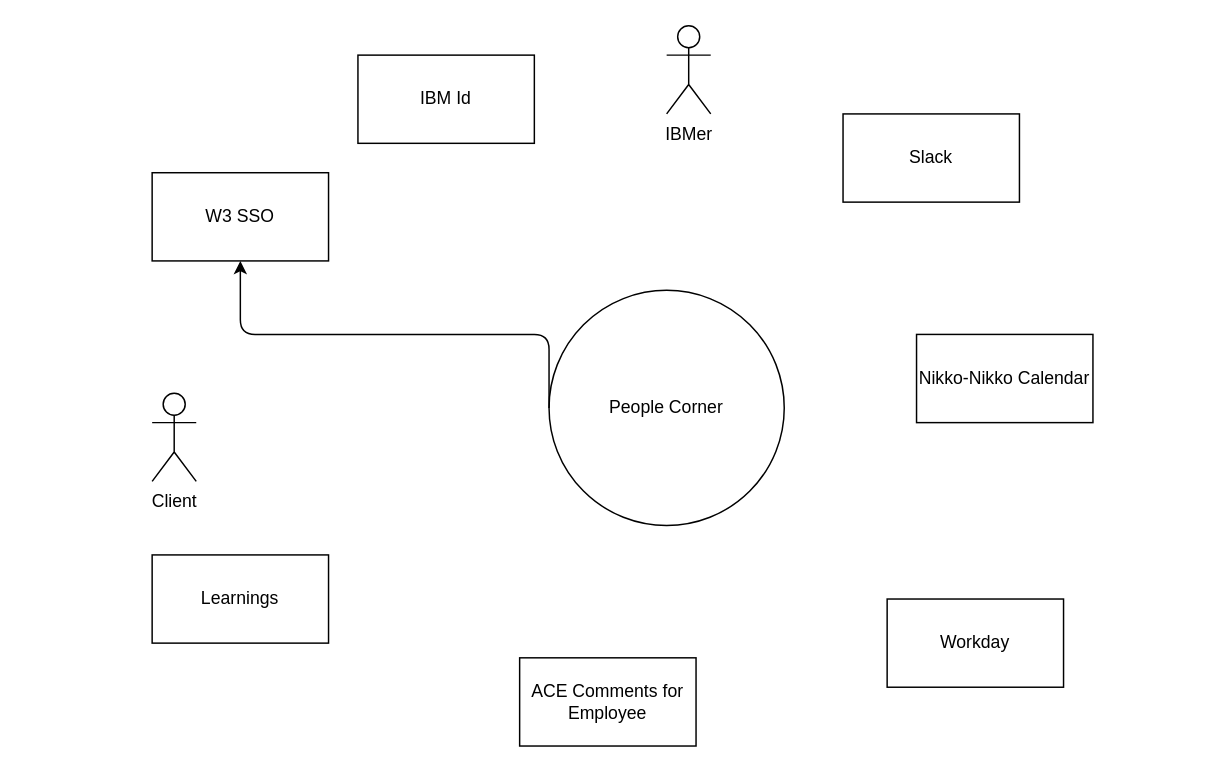
Above: System_Context.drawio in bhagyaravi/knative-ocp-3.11 (draw.io), before the change. Source tidied: cells renumbered, new cells numbered last; positions are measured from the earlier drawing's top-left corner, leaving out a move shared by most shapes. Both pictures are drawn from the tidied source at 147%, with x=0, y=0 at pixel (151, 25).
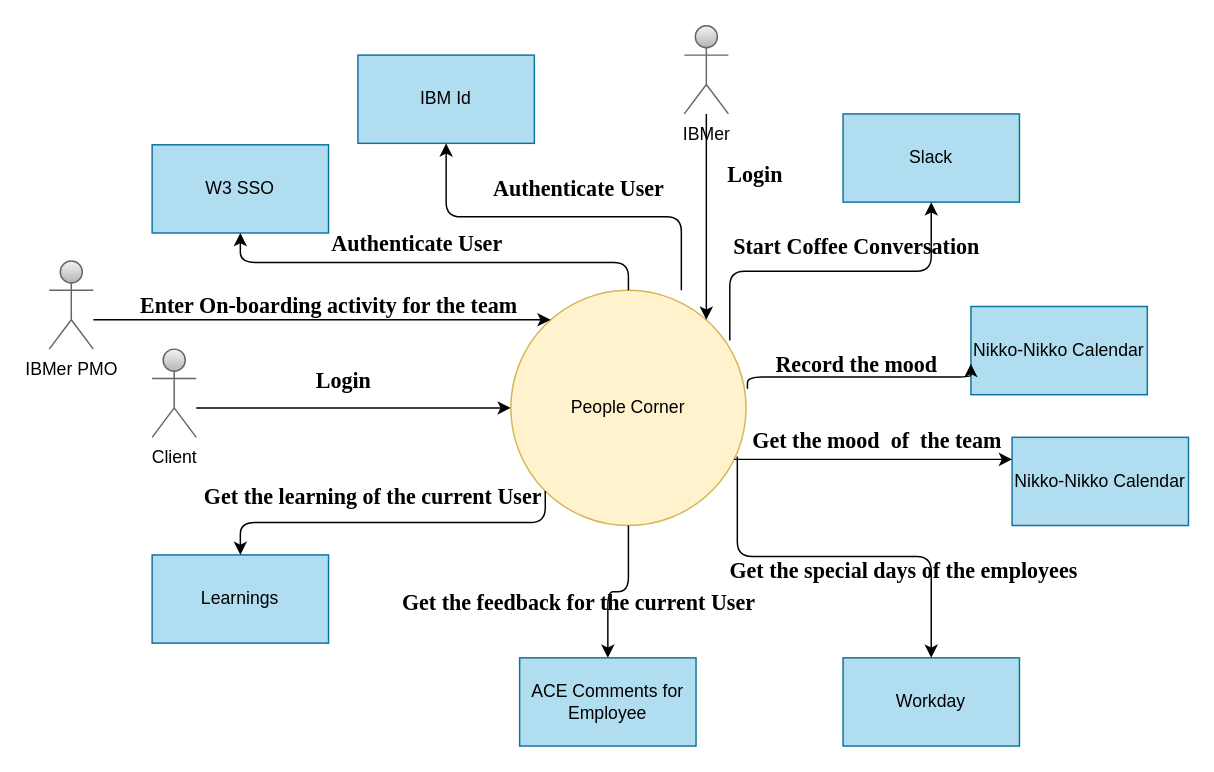
The same diagram, later.

The edit, as a diff of the source:
```diff
@@
-    <mxCell id="2" value="People Corner" style="ellipse;whiteSpace=wrap;html=1;" parent="1" vertex="1">
-      <mxGeometry x="270" y="180" width="160" height="160" as="geometry" />
+    <mxCell id="2" value="People Corner" style="ellipse;whiteSpace=wrap;html=1;fillColor=#fff2cc;strokeColor=#d6b656;" parent="1" vertex="1">
+      <mxGeometry x="244" y="180" width="160" height="160" as="geometry" />
     </mxCell>
-    <mxCell id="3" value="W3 SSO" style="rounded=0;whiteSpace=wrap;html=1;" parent="1" vertex="1">
-      <mxGeometry y="100" width="120" height="60" as="geometry" />
+    <mxCell id="3" value="W3 SSO" style="rounded=0;whiteSpace=wrap;html=1;fillColor=#b1ddf0;strokeColor=#10739e;" parent="1" vertex="1">
+      <mxGeometry y="81" width="120" height="60" as="geometry" />
     </mxCell>
-    <mxCell id="4" value="Learnings" style="rounded=0;whiteSpace=wrap;html=1;" parent="1" vertex="1">
+    <mxCell id="4" value="Learnings" style="rounded=0;whiteSpace=wrap;html=1;fillColor=#b1ddf0;strokeColor=#10739e;" parent="1" vertex="1">
       <mxGeometry y="360" width="120" height="60" as="geometry" />
     </mxCell>
-    <mxCell id="5" style="edgeStyle=elbowEdgeStyle;elbow=vertical;endArrow=classic;html=1;exitX=0;exitY=0.5;exitDx=0;exitDy=0;" parent="1" edge="1" source="2" target="3">
+    <mxCell id="5" style="edgeStyle=elbowEdgeStyle;elbow=vertical;endArrow=classic;html=1;" parent="1" edge="1" source="2" target="3">
       <mxGeometry relative="1" as="geometry" />
     </mxCell>
-    <mxCell id="6" value="ACE Comments for Employee" style="rounded=0;whiteSpace=wrap;html=1;" parent="1" vertex="1">
+    <mxCell id="6" value="ACE Comments for Employee" style="rounded=0;whiteSpace=wrap;html=1;fillColor=#b1ddf0;strokeColor=#10739e;" parent="1" vertex="1">
       <mxGeometry x="250" y="430" width="120" height="60" as="geometry" />
     </mxCell>
-    <mxCell id="7" value="Workday" style="rounded=0;whiteSpace=wrap;html=1;" parent="1" vertex="1">
-      <mxGeometry x="500" y="390" width="120" height="60" as="geometry" />
+    <mxCell id="7" value="Workday" style="rounded=0;whiteSpace=wrap;html=1;fillColor=#b1ddf0;strokeColor=#10739e;" parent="1" vertex="1">
+      <mxGeometry x="470" y="430" width="120" height="60" as="geometry" />
     </mxCell>
-    <mxCell id="8" value="Nikko-Nikko Calendar" style="rounded=0;whiteSpace=wrap;html=1;" parent="1" vertex="1">
-      <mxGeometry x="520" y="210" width="120" height="60" as="geometry" />
+    <mxCell id="8" value="Nikko-Nikko Calendar" style="rounded=0;whiteSpace=wrap;html=1;fillColor=#b1ddf0;strokeColor=#10739e;" parent="1" vertex="1">
+      <mxGeometry x="557" y="191" width="120" height="60" as="geometry" />
     </mxCell>
-    <mxCell id="9" value="Slack" style="rounded=0;whiteSpace=wrap;html=1;" parent="1" vertex="1">
+    <mxCell id="9" value="Slack" style="rounded=0;whiteSpace=wrap;html=1;fillColor=#b1ddf0;strokeColor=#10739e;" parent="1" vertex="1">
       <mxGeometry x="470" y="60" width="120" height="60" as="geometry" />
     </mxCell>
-    <mxCell id="10" value="IBM Id" style="rounded=0;whiteSpace=wrap;html=1;" parent="1" vertex="1">
+    <mxCell id="10" value="IBM Id" style="rounded=0;whiteSpace=wrap;html=1;fillColor=#b1ddf0;strokeColor=#10739e;" parent="1" vertex="1">
       <mxGeometry x="140" y="20" width="120" height="60" as="geometry" />
     </mxCell>
-    <mxCell id="11" value="IBMer" style="shape=umlActor;verticalLabelPosition=bottom;verticalAlign=top;html=1;outlineConnect=0;" parent="1" vertex="1">
-      <mxGeometry x="350" width="30" height="60" as="geometry" />
+    <mxCell id="11" value="IBMer" style="shape=umlActor;verticalLabelPosition=bottom;verticalAlign=top;html=1;outlineConnect=0;gradientColor=#b3b3b3;fillColor=#f5f5f5;strokeColor=#666666;" parent="1" vertex="1">
+      <mxGeometry x="362" width="30" height="60" as="geometry" />
     </mxCell>
-    <mxCell id="12" value="Client" style="shape=umlActor;verticalLabelPosition=bottom;verticalAlign=top;html=1;outlineConnect=0;" parent="1" vertex="1">
-      <mxGeometry y="250" width="30" height="60" as="geometry" />
+    <mxCell id="12" value="Client" style="shape=umlActor;verticalLabelPosition=bottom;verticalAlign=top;html=1;outlineConnect=0;gradientColor=#b3b3b3;fillColor=#f5f5f5;strokeColor=#666666;" parent="1" vertex="1">
+      <mxGeometry y="220" width="30" height="60" as="geometry" />
     </mxCell>
+    <mxCell id="13" style="edgeStyle=elbowEdgeStyle;elbow=vertical;endArrow=classic;html=1;entryX=0;entryY=0.5;entryDx=0;entryDy=0;" parent="1" edge="1" source="12" target="2">
+      <mxGeometry relative="1" as="geometry" />
+    </mxCell>
+    <mxCell id="14" style="edgeStyle=elbowEdgeStyle;elbow=vertical;endArrow=classic;html=1;exitX=1.006;exitY=0.419;exitDx=0;exitDy=0;exitPerimeter=0;entryX=0;entryY=0.65;entryDx=0;entryDy=0;entryPerimeter=0;" parent="1" edge="1" source="2" target="8">
+      <mxGeometry relative="1" as="geometry" />
+    </mxCell>
+    <mxCell id="15" style="edgeStyle=elbowEdgeStyle;elbow=vertical;endArrow=classic;html=1;exitX=0.963;exitY=0.706;exitDx=0;exitDy=0;exitPerimeter=0;" parent="1" edge="1" source="2" target="7">
+      <mxGeometry relative="1" as="geometry" />
+    </mxCell>
+    <mxCell id="16" style="edgeStyle=elbowEdgeStyle;elbow=vertical;endArrow=classic;html=1;exitX=0.5;exitY=1;exitDx=0;exitDy=0;entryX=0.5;entryY=0;entryDx=0;entryDy=0;" parent="1" edge="1" source="2" target="6">
+      <mxGeometry relative="1" as="geometry" />
+    </mxCell>
+    <mxCell id="17" style="edgeStyle=elbowEdgeStyle;elbow=vertical;endArrow=classic;html=1;exitX=0;exitY=1;exitDx=0;exitDy=0;entryX=0.5;entryY=0;entryDx=0;entryDy=0;" parent="1" edge="1" source="2" target="4">
+      <mxGeometry relative="1" as="geometry" />
+    </mxCell>
+    <mxCell id="18" style="edgeStyle=elbowEdgeStyle;elbow=vertical;endArrow=classic;html=1;exitX=0.931;exitY=0.213;exitDx=0;exitDy=0;exitPerimeter=0;" parent="1" edge="1" source="2" target="9">
+      <mxGeometry relative="1" as="geometry" />
+    </mxCell>
+    <mxCell id="19" style="edgeStyle=elbowEdgeStyle;elbow=vertical;endArrow=classic;html=1;" parent="1" edge="1" source="11" target="2">
+      <mxGeometry relative="1" as="geometry">
+        <Array as="points">
+          <mxPoint x="365" y="180" />
+        </Array>
+      </mxGeometry>
+    </mxCell>
+    <mxCell id="20" style="edgeStyle=elbowEdgeStyle;elbow=vertical;endArrow=classic;html=1;entryX=0.5;entryY=1;entryDx=0;entryDy=0;" parent="1" edge="1" target="10">
+      <mxGeometry relative="1" as="geometry">
+        <mxPoint x="360" y="180" as="sourcePoint" />
+      </mxGeometry>
+    </mxCell>
+    <mxCell id="21" value="&lt;div style=&quot;font-size: 15px;&quot;&gt;Login &lt;br style=&quot;font-size: 15px;&quot;&gt;&lt;/div&gt;&lt;div style=&quot;font-size: 15px;&quot;&gt;&lt;br style=&quot;font-size: 15px;&quot;&gt; &lt;/div&gt;" style="text;strokeColor=none;fillColor=none;html=1;fontSize=15;fontStyle=1;verticalAlign=middle;align=center;fontFamily=Times New Roman;" parent="1" vertex="1">
+      <mxGeometry x="360" y="90" width="100" height="40" as="geometry" />
+    </mxCell>
+    <mxCell id="22" value="&lt;div style=&quot;font-size: 15px;&quot;&gt;Login &lt;br style=&quot;font-size: 15px;&quot;&gt;&lt;/div&gt;&lt;div style=&quot;font-size: 15px;&quot;&gt;&lt;br style=&quot;font-size: 15px;&quot;&gt; &lt;/div&gt;" style="text;strokeColor=none;fillColor=none;html=1;fontSize=15;fontStyle=1;verticalAlign=middle;align=center;fontFamily=Times New Roman;" parent="1" vertex="1">
+      <mxGeometry x="80" y="230" width="100" height="40" as="geometry" />
+    </mxCell>
+    <mxCell id="23" value="Authenticate User" style="text;strokeColor=none;fillColor=none;html=1;fontSize=15;fontStyle=1;verticalAlign=middle;align=center;fontFamily=Times New Roman;" parent="1" vertex="1">
+      <mxGeometry x="130" y="128" width="100" height="40" as="geometry" />
+    </mxCell>
+    <mxCell id="24" value="Authenticate User" style="text;strokeColor=none;fillColor=none;html=1;fontSize=15;fontStyle=1;verticalAlign=middle;align=center;fontFamily=Times New Roman;" parent="1" vertex="1">
+      <mxGeometry x="240" y="90" width="100" height="40" as="geometry" />
+    </mxCell>
+    <mxCell id="25" value="Start Coffee Conversation" style="text;strokeColor=none;fillColor=none;html=1;fontSize=15;fontStyle=1;verticalAlign=middle;align=center;fontFamily=Times New Roman;" parent="1" vertex="1">
+      <mxGeometry x="429" y="130" width="100" height="40" as="geometry" />
+    </mxCell>
+    <mxCell id="26" value="Record the mood" style="text;strokeColor=none;fillColor=none;html=1;fontSize=15;fontStyle=1;verticalAlign=middle;align=center;fontFamily=Times New Roman;" parent="1" vertex="1">
+      <mxGeometry x="429" y="210" width="100" height="40" as="geometry" />
+    </mxCell>
+    <mxCell id="27" value="Nikko-Nikko Calendar" style="rounded=0;whiteSpace=wrap;html=1;fillColor=#b1ddf0;strokeColor=#10739e;" parent="1" vertex="1">
+      <mxGeometry x="585" y="280" width="120" height="60" as="geometry" />
+    </mxCell>
+    <mxCell id="28" style="edgeStyle=elbowEdgeStyle;elbow=vertical;endArrow=classic;html=1;fontFamily=Times New Roman;fontSize=15;entryX=0;entryY=0.25;entryDx=0;entryDy=0;" parent="1" edge="1" source="2" target="27">
+      <mxGeometry relative="1" as="geometry" />
+    </mxCell>
+    <mxCell id="29" value="Get the mood&amp;nbsp; of&amp;nbsp; the team" style="text;strokeColor=none;fillColor=none;html=1;fontSize=15;fontStyle=1;verticalAlign=middle;align=center;fontFamily=Times New Roman;" parent="1" vertex="1">
+      <mxGeometry x="443" y="262" width="100" height="40" as="geometry" />
+    </mxCell>
+    <mxCell id="30" value="Get the learning of the current User" style="text;strokeColor=none;fillColor=none;html=1;fontSize=15;fontStyle=1;verticalAlign=middle;align=center;fontFamily=Times New Roman;" parent="1" vertex="1">
+      <mxGeometry x="100" y="300" width="100" height="40" as="geometry" />
+    </mxCell>
+    <mxCell id="31" value="&lt;font style=&quot;font-size: 15px&quot; face=&quot;Times New Roman&quot;&gt;Get the feedback for the current User&lt;/font&gt;" style="text;strokeColor=none;fillColor=none;html=1;fontSize=24;fontStyle=1;verticalAlign=middle;align=center;" parent="1" vertex="1">
+      <mxGeometry x="240" y="370" width="100" height="40" as="geometry" />
+    </mxCell>
+    <mxCell id="32" value="Get the special days of the employees" style="text;strokeColor=none;fillColor=none;html=1;fontSize=15;fontStyle=1;verticalAlign=middle;align=center;fontFamily=Times New Roman;" parent="1" vertex="1">
+      <mxGeometry x="461" y="350" width="100" height="40" as="geometry" />
+    </mxCell>
+    <mxCell id="33" value="IBMer PMO" style="shape=umlActor;verticalLabelPosition=bottom;verticalAlign=top;html=1;outlineConnect=0;gradientColor=#b3b3b3;fillColor=#f5f5f5;strokeColor=#666666;" parent="1" vertex="1">
+      <mxGeometry x="-70" y="160" width="30" height="60" as="geometry" />
+    </mxCell>
+    <mxCell id="34" style="edgeStyle=elbowEdgeStyle;elbow=vertical;endArrow=classic;html=1;fontFamily=Times New Roman;fontSize=15;" parent="1" edge="1" source="33" target="2">
+      <mxGeometry relative="1" as="geometry" />
+    </mxCell>
+    <mxCell id="35" value="Enter On-boarding activity for the team" style="text;strokeColor=none;fillColor=none;html=1;fontSize=15;fontStyle=1;verticalAlign=middle;align=center;fontFamily=Times New Roman;" parent="1" vertex="1">
+      <mxGeometry x="70" y="170" width="100" height="40" as="geometry" />
+    </mxCell>
```
